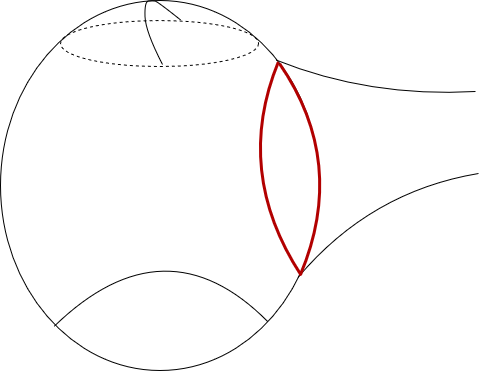
This is Diagram bez tytułu2.png from adamski83/sklep, a draw.io export, as it was before one commit. Source tidied: cells renumbered, new cells last; positions are measured from the earlier drawing's top-left corner, leaving out a move shared by most shapes.
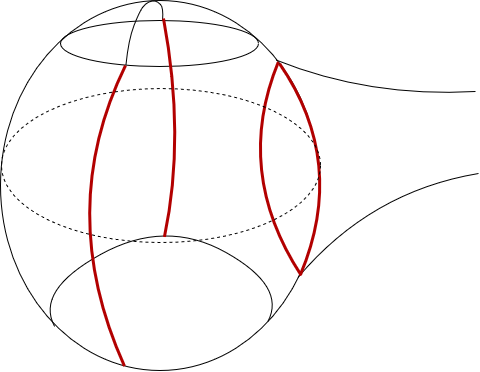
Later version of the same file.

Change to the diagram source:
```diff
@@ -39,23 +39,46 @@
     <mxCell id="7" style="endArrow=none;html=1;strokeColor=#000000;strokeWidth=1;entryX=0.838;entryY=0.868;entryDx=0;entryDy=0;entryPerimeter=0;exitX=0.169;exitY=0.88;exitDx=0;exitDy=0;exitPerimeter=0;curved=1;" parent="1" edge="1" source="2" target="2">
       <mxGeometry relative="1" as="geometry">
         <Array as="points">
+          <mxPoint x="35" y="290" />
           <mxPoint x="165" y="218" />
+          <mxPoint x="286" y="286" />
         </Array>
       </mxGeometry>
     </mxCell>
-    <mxCell id="8" style="ellipse;whiteSpace=wrap;html=1;rounded=0;sketch=0;fillColor=none;dashed=1;" parent="1" vertex="1">
+    <mxCell id="8" style="ellipse;whiteSpace=wrap;html=1;rounded=0;sketch=0;fillColor=none;perimeterSpacing=4;portConstraintRotation=0;" parent="1" vertex="1">
       <mxGeometry x="60" y="20" width="198" height="46" as="geometry" />
     </mxCell>
-    <mxCell id="9" style="endArrow=none;html=1;strokeColor=#000000;strokeWidth=1;exitX=0.606;exitY=-0.014;exitDx=0;exitDy=0;exitPerimeter=0;curved=1;" parent="1" edge="1" source="8">
+    <mxCell id="9" style="endArrow=none;html=1;strokeColor=#000000;strokeWidth=1;exitX=0.515;exitY=0.068;exitDx=0;exitDy=0;exitPerimeter=0;curved=1;entryX=0.337;entryY=0.901;entryDx=0;entryDy=0;entryPerimeter=0;" parent="1" edge="1" source="8" target="8">
       <mxGeometry relative="1" as="geometry">
-        <mxPoint x="162" y="64" as="targetPoint" />
         <Array as="points">
+          <mxPoint x="163" y="7" />
           <mxPoint x="157" y="1" />
           <mxPoint x="152" />
-          <mxPoint x="144" y="1" />
-          <mxPoint x="145" y="31" />
+          <mxPoint x="145" y="3" />
+          <mxPoint x="139" y="11" />
+          <mxPoint x="128" y="39" />
         </Array>
       </mxGeometry>
     </mxCell>
+    <mxCell id="10" style="endArrow=none;html=1;strokeColor=#B20000;strokeWidth=3;exitX=0.388;exitY=0.987;exitDx=0;exitDy=0;exitPerimeter=0;curved=1;fillColor=#e51400;" parent="1" edge="1" source="2">
+      <mxGeometry relative="1" as="geometry">
+        <mxPoint x="125" y="65" as="targetPoint" />
+        <Array as="points">
+          <mxPoint x="54" y="210" />
+        </Array>
+      </mxGeometry>
+    </mxCell>
+    <mxCell id="11" style="endArrow=none;html=1;strokeColor=#B20000;strokeWidth=3;curved=1;fillColor=#e51400;" parent="1" edge="1">
+      <mxGeometry relative="1" as="geometry">
+        <mxPoint x="164" y="236" as="sourcePoint" />
+        <mxPoint x="163" y="18" as="targetPoint" />
+        <Array as="points">
+          <mxPoint x="185" y="136" />
+        </Array>
+      </mxGeometry>
+    </mxCell>
+    <mxCell id="12" style="ellipse;whiteSpace=wrap;html=1;rounded=0;sketch=0;fillColor=none;dashed=1;" parent="1" vertex="1">
+      <mxGeometry x="1" y="88" width="319" height="154" as="geometry" />
+    </mxCell>
   </root>
 </mxGraphModel>
```
